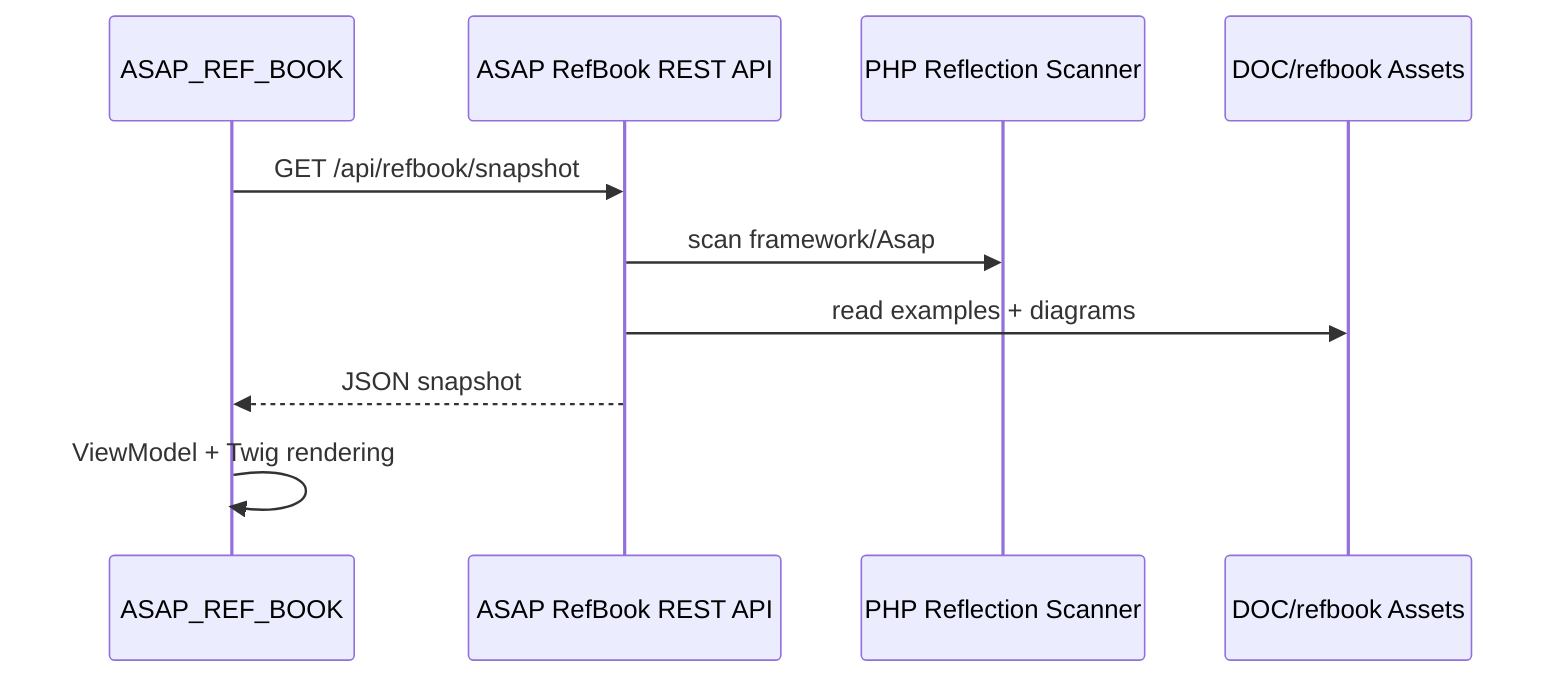
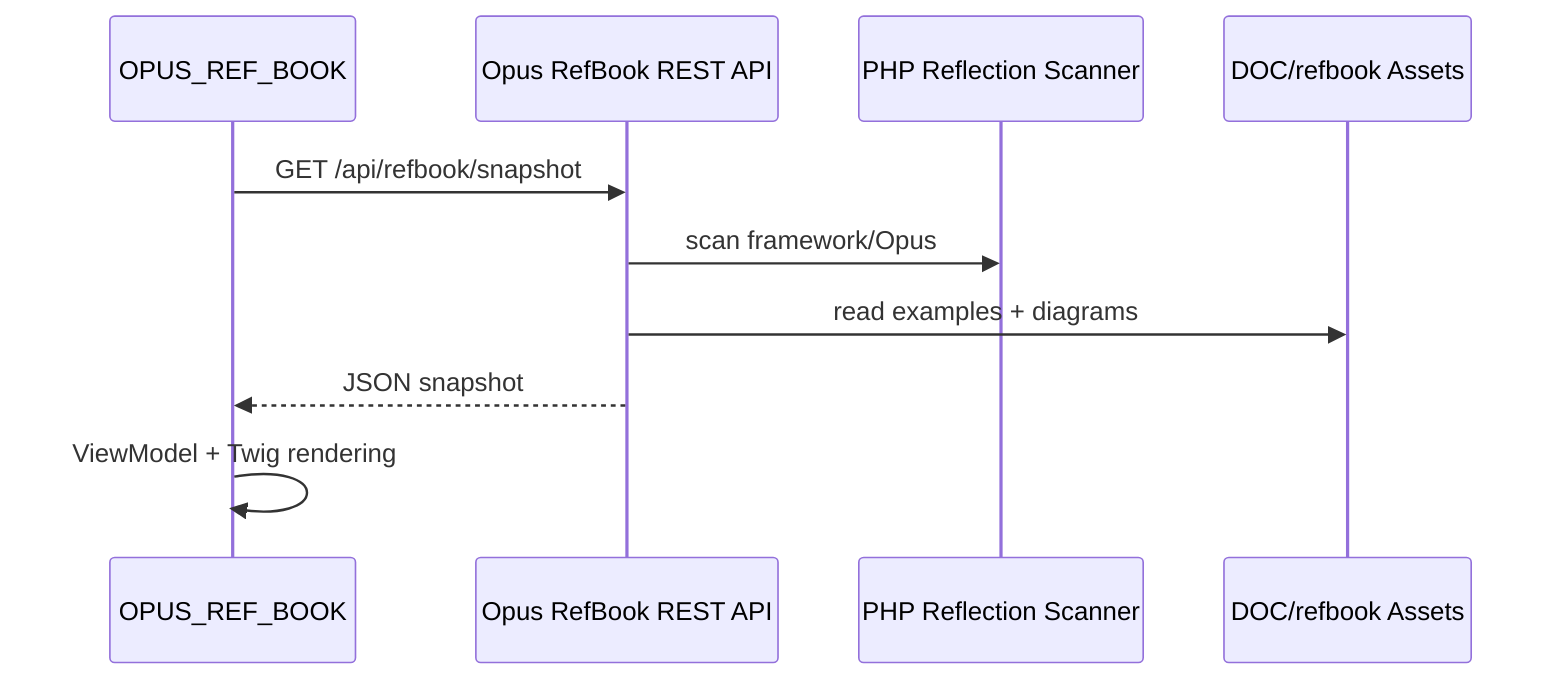
sequenceDiagram
-     participant RefBook as ASAP_REF_BOOK
-     participant API as ASAP RefBook REST API
+     participant RefBook as OPUS_REF_BOOK
+     participant API as Opus RefBook REST API
    participant Reflection as PHP Reflection Scanner
    participant Assets as DOC/refbook Assets

    RefBook->>API: GET /api/refbook/snapshot
-     API->>Reflection: scan framework/Asap
+     API->>Reflection: scan framework/Opus
    API->>Assets: read examples + diagrams
    API-->>RefBook: JSON snapshot
    RefBook->>RefBook: ViewModel + Twig rendering
